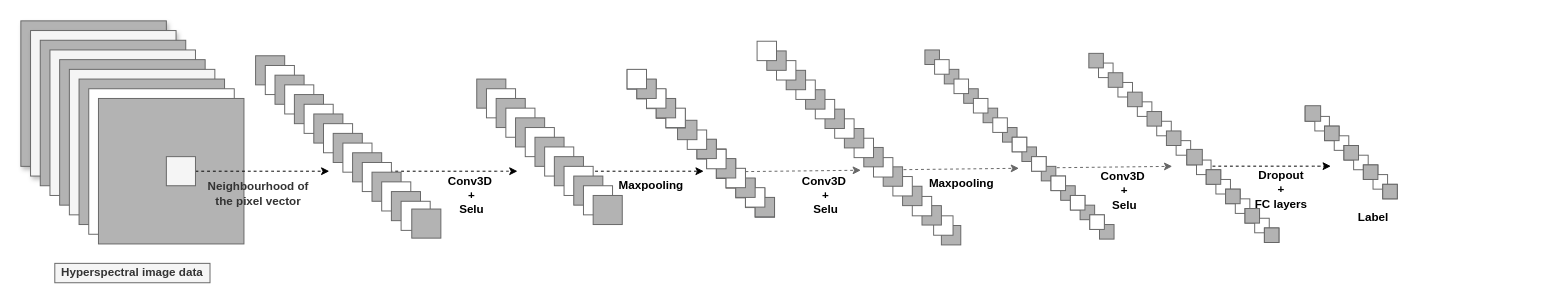
Above: page "Page-1" (1 of 2) of app/Untitled Diagram.drawio in Vampire112/FJNU_Ordering (draw.io), before the change. Source tidied: cells renumbered, new cells numbered last; positions are measured from the earlier drawing's top-left corner, leaving out a move shared by most shapes. Both pictures are drawn from the tidied source at 97%, with x=0, y=0 at pixel (20, 20).
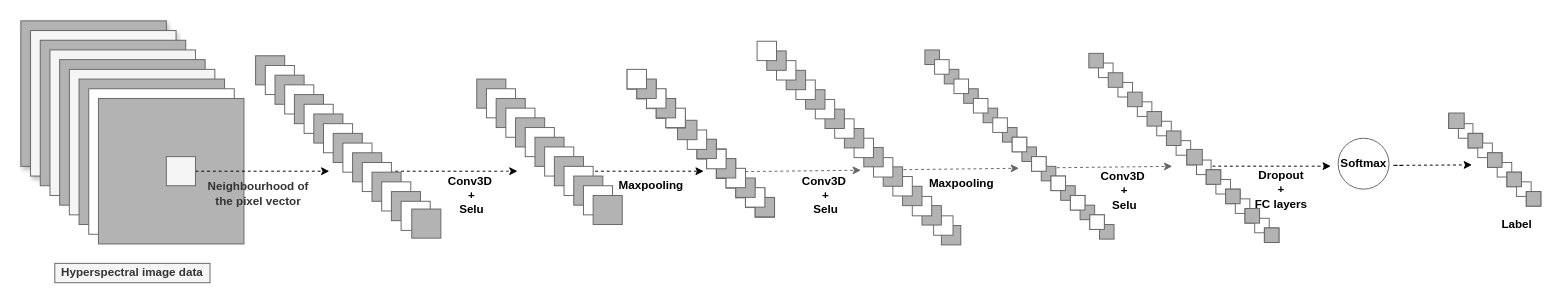
Above is the later version.

What changed in the source:
```diff
@@
     <mxCell id="156" style="whiteSpace=wrap;html=1;labelBackgroundColor=none;shadow=0;strokeColor=#666666;" parent="1" vertex="1">
-      <mxGeometry x="1324" y="88.5" width="15" height="15" as="geometry" />
+      <mxGeometry x="1472" y="96" width="15" height="15" as="geometry" />
     </mxCell>
     <mxCell id="157" style="whiteSpace=wrap;html=1;labelBackgroundColor=none;shadow=0;strokeColor=#666666;fillColor=#FFFFFF;" parent="1" vertex="1">
-      <mxGeometry x="1334" y="98.5" width="15" height="15" as="geometry" />
+      <mxGeometry x="1482" y="106" width="15" height="15" as="geometry" />
     </mxCell>
     <mxCell id="158" style="whiteSpace=wrap;html=1;labelBackgroundColor=none;shadow=0;strokeColor=#666666;" parent="1" vertex="1">
-      <mxGeometry x="1344" y="108.5" width="15" height="15" as="geometry" />
+      <mxGeometry x="1492" y="116" width="15" height="15" as="geometry" />
     </mxCell>
     <mxCell id="159" style="whiteSpace=wrap;html=1;labelBackgroundColor=none;shadow=0;strokeColor=#666666;fillColor=#FFFFFF;" parent="1" vertex="1">
-      <mxGeometry x="1354" y="118.5" width="15" height="15" as="geometry" />
+      <mxGeometry x="1502" y="126" width="15" height="15" as="geometry" />
     </mxCell>
     <mxCell id="160" style="whiteSpace=wrap;html=1;labelBackgroundColor=none;shadow=0;strokeColor=#666666;" parent="1" vertex="1">
-      <mxGeometry x="1364" y="128.5" width="15" height="15" as="geometry" />
+      <mxGeometry x="1512" y="136" width="15" height="15" as="geometry" />
     </mxCell>
     <mxCell id="161" style="whiteSpace=wrap;html=1;labelBackgroundColor=none;shadow=0;strokeColor=#666666;fillColor=#FFFFFF;" parent="1" vertex="1">
-      <mxGeometry x="1374" y="138.5" width="15" height="15" as="geometry" />
+      <mxGeometry x="1522" y="146" width="15" height="15" as="geometry" />
     </mxCell>
     <mxCell id="162" style="whiteSpace=wrap;html=1;labelBackgroundColor=none;shadow=0;strokeColor=#666666;" parent="1" vertex="1">
-      <mxGeometry x="1384" y="148.5" width="15" height="15" as="geometry" />
+      <mxGeometry x="1532" y="156" width="15" height="15" as="geometry" />
     </mxCell>
     <mxCell id="163" style="whiteSpace=wrap;html=1;labelBackgroundColor=none;shadow=0;strokeColor=#666666;fillColor=#FFFFFF;" parent="1" vertex="1">
-      <mxGeometry x="1394" y="158.5" width="15" height="15" as="geometry" />
+      <mxGeometry x="1542" y="166" width="15" height="15" as="geometry" />
     </mxCell>
     <mxCell id="164" style="whiteSpace=wrap;html=1;labelBackgroundColor=none;shadow=0;strokeColor=#666666;" parent="1" vertex="1">
-      <mxGeometry x="1404" y="168.5" width="15" height="15" as="geometry" />
+      <mxGeometry x="1552" y="176" width="15" height="15" as="geometry" />
     </mxCell>
     <mxCell id="165" style="whiteSpace=wrap;html=1;labelBackgroundColor=none;shadow=0;strokeColor=#666666;fillColor=#B3B3B3;" parent="1" vertex="1">
-      <mxGeometry x="1404" y="168.5" width="15" height="15" as="geometry" />
+      <mxGeometry x="1552" y="176" width="15" height="15" as="geometry" />
     </mxCell>
     <mxCell id="166" style="whiteSpace=wrap;html=1;labelBackgroundColor=none;shadow=0;strokeColor=#666666;fillColor=#B3B3B3;" parent="1" vertex="1">
-      <mxGeometry x="1384" y="148.5" width="15" height="15" as="geometry" />
+      <mxGeometry x="1532" y="156" width="15" height="15" as="geometry" />
     </mxCell>
     <mxCell id="167" style="whiteSpace=wrap;html=1;labelBackgroundColor=none;shadow=0;strokeColor=#666666;fillColor=#B3B3B3;" parent="1" vertex="1">
-      <mxGeometry x="1364" y="128.5" width="15" height="15" as="geometry" />
+      <mxGeometry x="1512" y="136" width="15" height="15" as="geometry" />
     </mxCell>
     <mxCell id="168" style="whiteSpace=wrap;html=1;labelBackgroundColor=none;shadow=0;strokeColor=#666666;fillColor=#B3B3B3;" parent="1" vertex="1">
-      <mxGeometry x="1344" y="108.5" width="15" height="15" as="geometry" />
+      <mxGeometry x="1492" y="116" width="15" height="15" as="geometry" />
     </mxCell>
     <mxCell id="169" style="whiteSpace=wrap;html=1;labelBackgroundColor=none;shadow=0;strokeColor=#666666;fillColor=#B3B3B3;" parent="1" vertex="1">
-      <mxGeometry x="1324" y="87.5" width="16" height="16" as="geometry" />
+      <mxGeometry x="1472" y="95" width="16" height="16" as="geometry" />
     </mxCell>
     <mxCell id="170" value="Label" style="text;html=1;fillColor=none;align=center;verticalAlign=middle;whiteSpace=wrap;labelBackgroundColor=none;fontStyle=1;shadow=0;" parent="1" vertex="1">
-      <mxGeometry x="1362" y="192.5" width="65" height="20" as="geometry" />
+      <mxGeometry x="1510" y="200" width="65" height="20" as="geometry" />
     </mxCell>
+    <mxCell id="171" value="&lt;b&gt;Softmax&lt;/b&gt;" style="ellipse;whiteSpace=wrap;html=1;strokeColor=#666666;fillColor=#FFFFFF;gradientColor=none;" parent="1" vertex="1">
+      <mxGeometry x="1358" y="121" width="52.5" height="52.5" as="geometry" />
+    </mxCell>
+    <mxCell id="172" style="edgeStyle=orthogonalEdgeStyle;orthogonalLoop=1;jettySize=auto;html=1;shadow=0;dashed=1;strokeWidth=1;" parent="1" edge="1">
+      <mxGeometry relative="1" as="geometry">
+        <mxPoint x="1424" y="149" as="sourcePoint" />
+        <mxPoint x="1496" y="148.5" as="targetPoint" />
+        <Array as="points">
+          <mxPoint x="1410" y="148.5" />
+        </Array>
+      </mxGeometry>
+    </mxCell>
```
